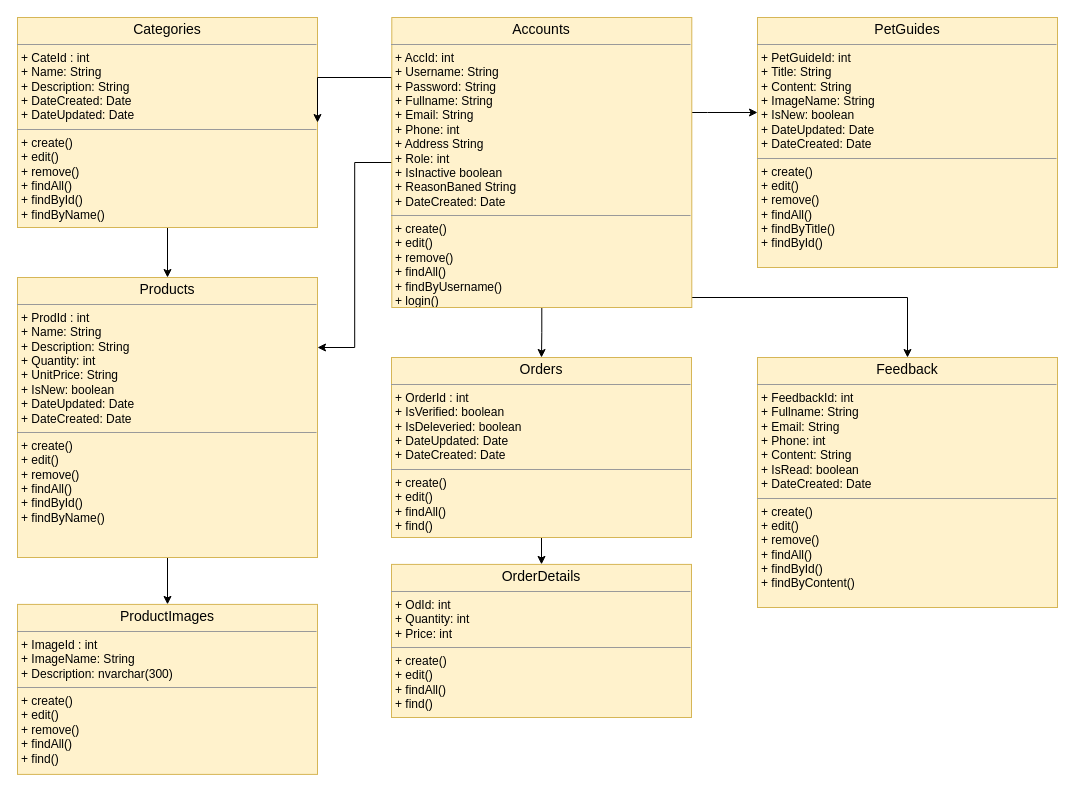
The draw.io diagram page "Class Diagram" (4 of 6) of Documents/Diagrams/Overrall-Design.drawio in duyphuong403/PetCare, before the edit. Source tidied: cells renumbered, new cells numbered last; positions are measured from the earlier drawing's top-left corner, leaving out a move shared by most shapes. Both pictures are drawn from the tidied source at 100%, with x=0, y=0 at pixel (17, 17).
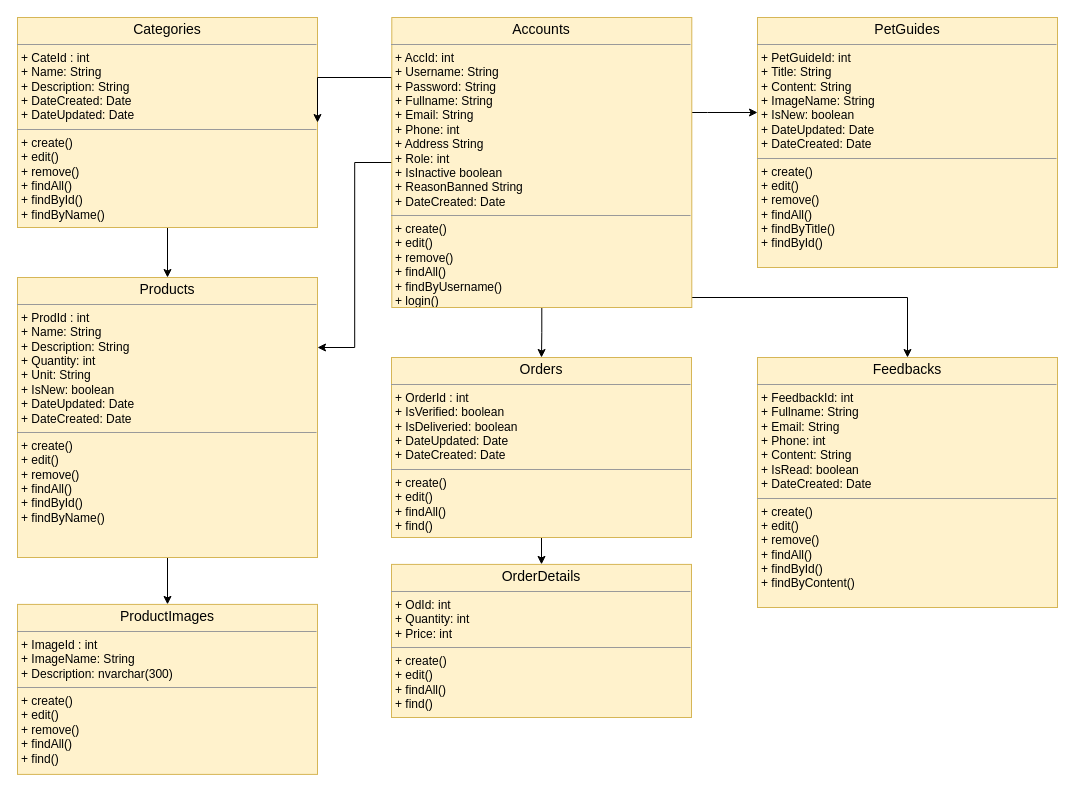
Above is the later version.

What changed in the source:
```diff
@@
-    <mxCell id="5" value="&lt;p style=&quot;margin: 0px ; margin-top: 4px ; text-align: center&quot;&gt;&lt;span style=&quot;font-size: 14px&quot;&gt;Orders&lt;/span&gt;&lt;br&gt;&lt;/p&gt;&lt;hr size=&quot;1&quot;&gt;&lt;p style=&quot;margin: 0px ; margin-left: 4px&quot;&gt;+ OrderId : int&lt;br&gt;&lt;/p&gt;&lt;p style=&quot;margin: 0px ; margin-left: 4px&quot;&gt;+ IsVerified: boolean&lt;/p&gt;&lt;p style=&quot;margin: 0px 0px 0px 4px&quot;&gt;+ IsDeleveried: boolean&lt;/p&gt;&lt;p style=&quot;margin: 0px 0px 0px 4px&quot;&gt;+ DateUpdated: Date&lt;/p&gt;&lt;p style=&quot;margin: 0px ; margin-left: 4px&quot;&gt;+ DateCreated: Date&lt;br&gt;&lt;/p&gt;&lt;hr size=&quot;1&quot;&gt;&lt;p style=&quot;margin: 0px 0px 0px 4px&quot;&gt;+ create()&lt;/p&gt;&lt;p style=&quot;margin: 0px 0px 0px 4px&quot;&gt;+ edit()&lt;/p&gt;&lt;p style=&quot;margin: 0px 0px 0px 4px&quot;&gt;+ findAll()&lt;/p&gt;&lt;p style=&quot;margin: 0px 0px 0px 4px&quot;&gt;+ find()&lt;/p&gt;" style="verticalAlign=top;align=left;overflow=fill;fontSize=12;fontFamily=Helvetica;html=1;fillColor=#fff2cc;strokeColor=#d6b656;gradientDirection=north;" parent="1" vertex="1">
+    <mxCell id="5" value="&lt;p style=&quot;margin: 0px ; margin-top: 4px ; text-align: center&quot;&gt;&lt;span style=&quot;font-size: 14px&quot;&gt;Orders&lt;/span&gt;&lt;br&gt;&lt;/p&gt;&lt;hr size=&quot;1&quot;&gt;&lt;p style=&quot;margin: 0px ; margin-left: 4px&quot;&gt;+ OrderId : int&lt;br&gt;&lt;/p&gt;&lt;p style=&quot;margin: 0px ; margin-left: 4px&quot;&gt;+ IsVerified: boolean&lt;/p&gt;&lt;p style=&quot;margin: 0px 0px 0px 4px&quot;&gt;+ IsDeliveried: boolean&lt;/p&gt;&lt;p style=&quot;margin: 0px 0px 0px 4px&quot;&gt;+ DateUpdated: Date&lt;/p&gt;&lt;p style=&quot;margin: 0px ; margin-left: 4px&quot;&gt;+ DateCreated: Date&lt;br&gt;&lt;/p&gt;&lt;hr size=&quot;1&quot;&gt;&lt;p style=&quot;margin: 0px 0px 0px 4px&quot;&gt;+ create()&lt;/p&gt;&lt;p style=&quot;margin: 0px 0px 0px 4px&quot;&gt;+ edit()&lt;/p&gt;&lt;p style=&quot;margin: 0px 0px 0px 4px&quot;&gt;+ findAll()&lt;/p&gt;&lt;p style=&quot;margin: 0px 0px 0px 4px&quot;&gt;+ find()&lt;/p&gt;" style="verticalAlign=top;align=left;overflow=fill;fontSize=12;fontFamily=Helvetica;html=1;fillColor=#fff2cc;strokeColor=#d6b656;gradientDirection=north;" parent="1" vertex="1">
       <mxGeometry x="374" y="340" width="300" height="180" as="geometry" />
     </mxCell>
@@
-    <mxCell id="13" value="&lt;p style=&quot;margin: 0px ; margin-top: 4px ; text-align: center&quot;&gt;&lt;span style=&quot;font-size: 14px&quot;&gt;Accounts&lt;/span&gt;&lt;/p&gt;&lt;hr size=&quot;1&quot;&gt;&lt;p style=&quot;margin: 0px ; margin-left: 4px&quot;&gt;+ AccId: int&lt;br&gt;+ Username: String&lt;/p&gt;&lt;p style=&quot;margin: 0px ; margin-left: 4px&quot;&gt;+ Password: String&lt;/p&gt;&lt;p style=&quot;margin: 0px ; margin-left: 4px&quot;&gt;+ Fullname: String&lt;/p&gt;&lt;p style=&quot;margin: 0px ; margin-left: 4px&quot;&gt;+ Email: String&lt;/p&gt;&lt;p style=&quot;margin: 0px ; margin-left: 4px&quot;&gt;+ Phone: int&lt;/p&gt;&lt;p style=&quot;margin: 0px ; margin-left: 4px&quot;&gt;+ Address String&lt;/p&gt;&lt;p style=&quot;margin: 0px ; margin-left: 4px&quot;&gt;+ Role: int&lt;/p&gt;&lt;p style=&quot;margin: 0px ; margin-left: 4px&quot;&gt;+ IsInactive boolean&lt;/p&gt;&lt;p style=&quot;margin: 0px ; margin-left: 4px&quot;&gt;+ ReasonBaned String&lt;/p&gt;&lt;p style=&quot;margin: 0px ; margin-left: 4px&quot;&gt;+ DateCreated: Date&lt;br&gt;&lt;/p&gt;&lt;hr size=&quot;1&quot;&gt;&lt;p style=&quot;margin: 0px ; margin-left: 4px&quot;&gt;+ create()&lt;/p&gt;&lt;p style=&quot;margin: 0px ; margin-left: 4px&quot;&gt;+ edit()&lt;/p&gt;&lt;p style=&quot;margin: 0px ; margin-left: 4px&quot;&gt;+ remove()&lt;/p&gt;&lt;p style=&quot;margin: 0px ; margin-left: 4px&quot;&gt;+ findAll()&lt;/p&gt;&lt;p style=&quot;margin: 0px ; margin-left: 4px&quot;&gt;+ findByUsername()&lt;/p&gt;&lt;p style=&quot;margin: 0px ; margin-left: 4px&quot;&gt;+ login()&lt;/p&gt;" style="verticalAlign=top;align=left;overflow=fill;fontSize=12;fontFamily=Helvetica;html=1;fillColor=#fff2cc;strokeColor=#d6b656;gradientDirection=north;" parent="1" vertex="1">
+    <mxCell id="13" value="&lt;p style=&quot;margin: 0px ; margin-top: 4px ; text-align: center&quot;&gt;&lt;span style=&quot;font-size: 14px&quot;&gt;Accounts&lt;/span&gt;&lt;/p&gt;&lt;hr size=&quot;1&quot;&gt;&lt;p style=&quot;margin: 0px ; margin-left: 4px&quot;&gt;+ AccId: int&lt;br&gt;+ Username: String&lt;/p&gt;&lt;p style=&quot;margin: 0px ; margin-left: 4px&quot;&gt;+ Password: String&lt;/p&gt;&lt;p style=&quot;margin: 0px ; margin-left: 4px&quot;&gt;+ Fullname: String&lt;/p&gt;&lt;p style=&quot;margin: 0px ; margin-left: 4px&quot;&gt;+ Email: String&lt;/p&gt;&lt;p style=&quot;margin: 0px ; margin-left: 4px&quot;&gt;+ Phone: int&lt;/p&gt;&lt;p style=&quot;margin: 0px ; margin-left: 4px&quot;&gt;+ Address String&lt;/p&gt;&lt;p style=&quot;margin: 0px ; margin-left: 4px&quot;&gt;+ Role: int&lt;/p&gt;&lt;p style=&quot;margin: 0px ; margin-left: 4px&quot;&gt;+ IsInactive boolean&lt;/p&gt;&lt;p style=&quot;margin: 0px ; margin-left: 4px&quot;&gt;+ ReasonBanned String&lt;/p&gt;&lt;p style=&quot;margin: 0px ; margin-left: 4px&quot;&gt;+ DateCreated: Date&lt;br&gt;&lt;/p&gt;&lt;hr size=&quot;1&quot;&gt;&lt;p style=&quot;margin: 0px ; margin-left: 4px&quot;&gt;+ create()&lt;/p&gt;&lt;p style=&quot;margin: 0px ; margin-left: 4px&quot;&gt;+ edit()&lt;/p&gt;&lt;p style=&quot;margin: 0px ; margin-left: 4px&quot;&gt;+ remove()&lt;/p&gt;&lt;p style=&quot;margin: 0px ; margin-left: 4px&quot;&gt;+ findAll()&lt;/p&gt;&lt;p style=&quot;margin: 0px ; margin-left: 4px&quot;&gt;+ findByUsername()&lt;/p&gt;&lt;p style=&quot;margin: 0px ; margin-left: 4px&quot;&gt;+ login()&lt;/p&gt;" style="verticalAlign=top;align=left;overflow=fill;fontSize=12;fontFamily=Helvetica;html=1;fillColor=#fff2cc;strokeColor=#d6b656;gradientDirection=north;" parent="1" vertex="1">
       <mxGeometry x="374.3" width="300" height="290" as="geometry" />
     </mxCell>
@@
-    <mxCell id="15" value="&lt;p style=&quot;margin: 0px ; margin-top: 4px ; text-align: center&quot;&gt;&lt;span style=&quot;font-size: 14px&quot;&gt;Products&lt;/span&gt;&lt;br&gt;&lt;/p&gt;&lt;hr size=&quot;1&quot;&gt;&lt;p style=&quot;margin: 0px ; margin-left: 4px&quot;&gt;+ ProdId : int&lt;br&gt;+ Name: String&lt;/p&gt;&lt;p style=&quot;margin: 0px ; margin-left: 4px&quot;&gt;+ Description: String&lt;/p&gt;&lt;p style=&quot;margin: 0px ; margin-left: 4px&quot;&gt;+ Quantity: int&lt;/p&gt;&lt;p style=&quot;margin: 0px ; margin-left: 4px&quot;&gt;+ UnitPrice: String&lt;/p&gt;&lt;p style=&quot;margin: 0px ; margin-left: 4px&quot;&gt;+ IsNew: boolean&lt;/p&gt;&lt;p style=&quot;margin: 0px 0px 0px 4px&quot;&gt;&lt;span&gt;+ DateUpdated: Date&lt;/span&gt;&lt;/p&gt;&lt;p style=&quot;margin: 0px 0px 0px 4px&quot;&gt;&lt;span&gt;+ DateCreated: Date&lt;/span&gt;&lt;/p&gt;&lt;hr size=&quot;1&quot;&gt;&lt;p style=&quot;margin: 0px 0px 0px 4px&quot;&gt;+ create()&lt;/p&gt;&lt;p style=&quot;margin: 0px 0px 0px 4px&quot;&gt;+ edit()&lt;/p&gt;&lt;p style=&quot;margin: 0px 0px 0px 4px&quot;&gt;+ remove()&lt;/p&gt;&lt;p style=&quot;margin: 0px 0px 0px 4px&quot;&gt;+ findAll()&lt;/p&gt;&lt;p style=&quot;margin: 0px 0px 0px 4px&quot;&gt;+ findById()&lt;/p&gt;&lt;p style=&quot;margin: 0px 0px 0px 4px&quot;&gt;+ findByName()&lt;/p&gt;" style="verticalAlign=top;align=left;overflow=fill;fontSize=12;fontFamily=Helvetica;html=1;fillColor=#fff2cc;strokeColor=#d6b656;gradientDirection=north;" parent="1" vertex="1">
+    <mxCell id="15" value="&lt;p style=&quot;margin: 0px ; margin-top: 4px ; text-align: center&quot;&gt;&lt;span style=&quot;font-size: 14px&quot;&gt;Products&lt;/span&gt;&lt;br&gt;&lt;/p&gt;&lt;hr size=&quot;1&quot;&gt;&lt;p style=&quot;margin: 0px ; margin-left: 4px&quot;&gt;+ ProdId : int&lt;br&gt;+ Name: String&lt;/p&gt;&lt;p style=&quot;margin: 0px ; margin-left: 4px&quot;&gt;+ Description: String&lt;/p&gt;&lt;p style=&quot;margin: 0px ; margin-left: 4px&quot;&gt;+ Quantity: int&lt;/p&gt;&lt;p style=&quot;margin: 0px ; margin-left: 4px&quot;&gt;+ Unit: String&lt;/p&gt;&lt;p style=&quot;margin: 0px ; margin-left: 4px&quot;&gt;+ IsNew: boolean&lt;/p&gt;&lt;p style=&quot;margin: 0px 0px 0px 4px&quot;&gt;&lt;span&gt;+ DateUpdated: Date&lt;/span&gt;&lt;/p&gt;&lt;p style=&quot;margin: 0px 0px 0px 4px&quot;&gt;&lt;span&gt;+ DateCreated: Date&lt;/span&gt;&lt;/p&gt;&lt;hr size=&quot;1&quot;&gt;&lt;p style=&quot;margin: 0px 0px 0px 4px&quot;&gt;+ create()&lt;/p&gt;&lt;p style=&quot;margin: 0px 0px 0px 4px&quot;&gt;+ edit()&lt;/p&gt;&lt;p style=&quot;margin: 0px 0px 0px 4px&quot;&gt;+ remove()&lt;/p&gt;&lt;p style=&quot;margin: 0px 0px 0px 4px&quot;&gt;+ findAll()&lt;/p&gt;&lt;p style=&quot;margin: 0px 0px 0px 4px&quot;&gt;+ findById()&lt;/p&gt;&lt;p style=&quot;margin: 0px 0px 0px 4px&quot;&gt;+ findByName()&lt;/p&gt;" style="verticalAlign=top;align=left;overflow=fill;fontSize=12;fontFamily=Helvetica;html=1;fillColor=#fff2cc;strokeColor=#d6b656;gradientDirection=north;" parent="1" vertex="1">
       <mxGeometry y="260" width="300" height="280" as="geometry" />
     </mxCell>
-    <mxCell id="16" value="&lt;p style=&quot;margin: 0px ; margin-top: 4px ; text-align: center&quot;&gt;&lt;span style=&quot;font-size: 14px&quot;&gt;Feedback&lt;/span&gt;&lt;/p&gt;&lt;hr size=&quot;1&quot;&gt;&lt;p style=&quot;margin: 0px ; margin-left: 4px&quot;&gt;+ FeedbackId: int&lt;br&gt;+ Fullname: String&lt;/p&gt;&lt;p style=&quot;margin: 0px ; margin-left: 4px&quot;&gt;+ Email: String&lt;/p&gt;&lt;p style=&quot;margin: 0px ; margin-left: 4px&quot;&gt;+ Phone: int&lt;/p&gt;&lt;p style=&quot;margin: 0px ; margin-left: 4px&quot;&gt;+ Content: String&lt;/p&gt;&lt;p style=&quot;margin: 0px ; margin-left: 4px&quot;&gt;+ IsRead: boolean&lt;/p&gt;&lt;p style=&quot;margin: 0px ; margin-left: 4px&quot;&gt;+ DateCreated: Date&lt;/p&gt;&lt;hr size=&quot;1&quot;&gt;&lt;p style=&quot;margin: 0px 0px 0px 4px&quot;&gt;+ create()&lt;/p&gt;&lt;p style=&quot;margin: 0px 0px 0px 4px&quot;&gt;+ edit()&lt;/p&gt;&lt;p style=&quot;margin: 0px 0px 0px 4px&quot;&gt;+ remove()&lt;/p&gt;&lt;p style=&quot;margin: 0px 0px 0px 4px&quot;&gt;+ findAll()&lt;/p&gt;&lt;p style=&quot;margin: 0px 0px 0px 4px&quot;&gt;+ findById()&lt;br&gt;&lt;/p&gt;&lt;p style=&quot;margin: 0px 0px 0px 4px&quot;&gt;+ findByContent()&lt;/p&gt;" style="verticalAlign=top;align=left;overflow=fill;fontSize=12;fontFamily=Helvetica;html=1;fillColor=#fff2cc;strokeColor=#d6b656;gradientDirection=north;" parent="1" vertex="1">
+    <mxCell id="16" value="&lt;p style=&quot;margin: 0px ; margin-top: 4px ; text-align: center&quot;&gt;&lt;span style=&quot;font-size: 14px&quot;&gt;Feedbacks&lt;/span&gt;&lt;/p&gt;&lt;hr size=&quot;1&quot;&gt;&lt;p style=&quot;margin: 0px ; margin-left: 4px&quot;&gt;+ FeedbackId: int&lt;br&gt;+ Fullname: String&lt;/p&gt;&lt;p style=&quot;margin: 0px ; margin-left: 4px&quot;&gt;+ Email: String&lt;/p&gt;&lt;p style=&quot;margin: 0px ; margin-left: 4px&quot;&gt;+ Phone: int&lt;/p&gt;&lt;p style=&quot;margin: 0px ; margin-left: 4px&quot;&gt;+ Content: String&lt;/p&gt;&lt;p style=&quot;margin: 0px ; margin-left: 4px&quot;&gt;+ IsRead: boolean&lt;/p&gt;&lt;p style=&quot;margin: 0px ; margin-left: 4px&quot;&gt;+ DateCreated: Date&lt;/p&gt;&lt;hr size=&quot;1&quot;&gt;&lt;p style=&quot;margin: 0px 0px 0px 4px&quot;&gt;+ create()&lt;/p&gt;&lt;p style=&quot;margin: 0px 0px 0px 4px&quot;&gt;+ edit()&lt;/p&gt;&lt;p style=&quot;margin: 0px 0px 0px 4px&quot;&gt;+ remove()&lt;/p&gt;&lt;p style=&quot;margin: 0px 0px 0px 4px&quot;&gt;+ findAll()&lt;/p&gt;&lt;p style=&quot;margin: 0px 0px 0px 4px&quot;&gt;+ findById()&lt;br&gt;&lt;/p&gt;&lt;p style=&quot;margin: 0px 0px 0px 4px&quot;&gt;+ findByContent()&lt;/p&gt;" style="verticalAlign=top;align=left;overflow=fill;fontSize=12;fontFamily=Helvetica;html=1;fillColor=#fff2cc;strokeColor=#d6b656;gradientDirection=north;" parent="1" vertex="1">
       <mxGeometry x="740" y="340" width="300" height="250" as="geometry" />
     </mxCell>
```
